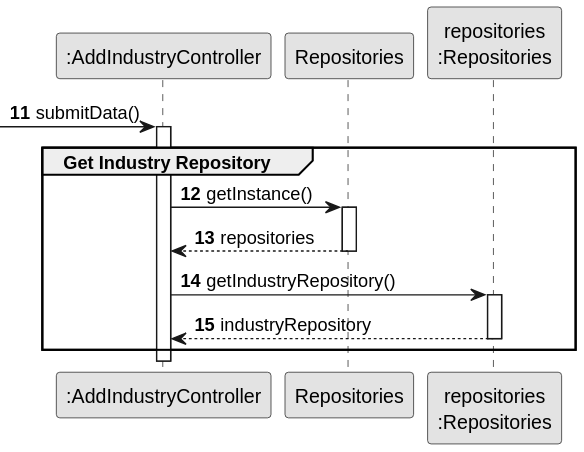
Before: docs/sprint3/us002/03.design/svg/us002-sd-partial-get-industry.svg, a diagram exported from PlantUML (ivasduarte/all-aboard).
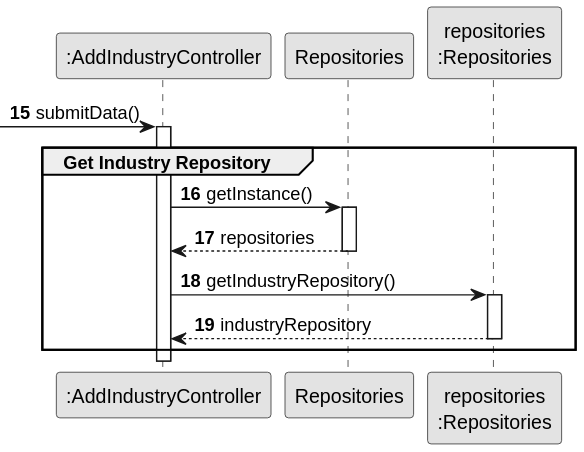
Above is the later version.

Commit message:
US02(docs): updated partial sds

The edit, as a diff of the source:
```diff
@@ -3,7 +3,7 @@
 skinparam packageStyle rectangle
 skinparam shadowing false
 
-autonumber 11
+autonumber 15
 
 participant ":AddIndustryController" as CTRL
 participant "Repositories" as REPS
```
